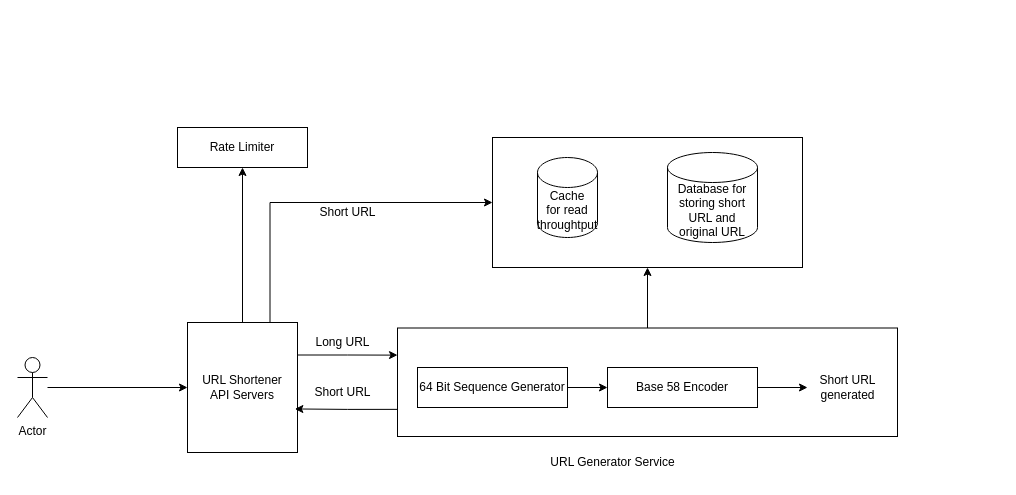
This is URL Shortner.drawio from anshul1790/system-design-playground, a draw.io file, before an edit. Source tidied: cells renumbered, new cells numbered last; positions are measured from the earlier drawing's top-left corner, leaving out a move shared by most shapes. Both pictures are drawn from the tidied source at 100%, with x=0, y=0 at pixel (17, 127).
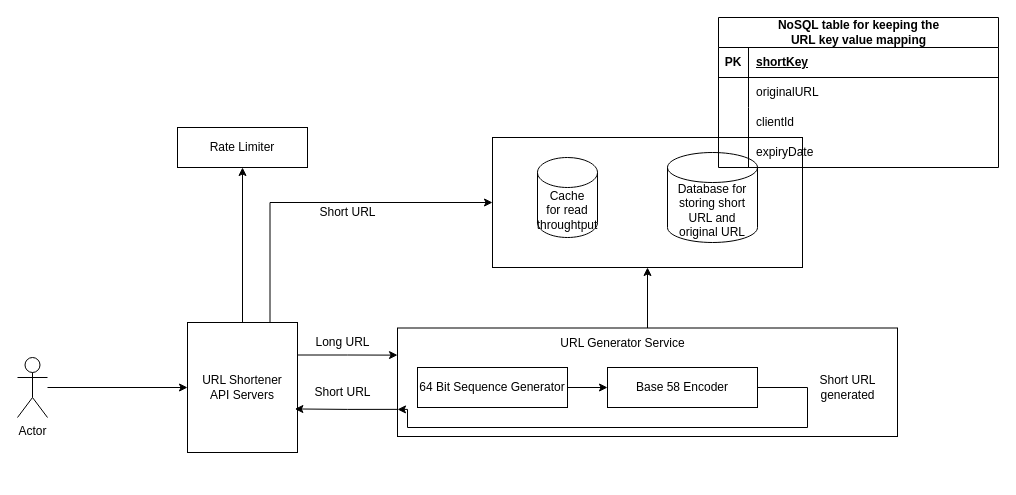
Above is the later version.

Unchanged cells that the change refers to:
```xml
<mxCell id="4" style="rounded=0;whiteSpace=wrap;html=1;" parent="1" vertex="1">
  <mxGeometry x="380" y="200.5" width="500" height="108.5" as="geometry" />
</mxCell>
<mxCell id="14" value="Base 58 Encoder" style="rounded=0;whiteSpace=wrap;html=1;" parent="1" vertex="1">
  <mxGeometry x="590" y="240" width="150" height="40" as="geometry" />
</mxCell>
<mxCell id="16" value="Short URL&lt;div&gt;generated&lt;/div&gt;" style="text;html=1;align=center;verticalAlign=middle;points=[];strokeColor=none;fillColor=none;" parent="1" vertex="1">
  <mxGeometry x="790" y="240" width="80" height="40" as="geometry" />
</mxCell>
```

Diff of the diagram source:
```diff
@@
-    <mxCell id="13" style="edgeStyle=orthogonalEdgeStyle;rounded=0;jettySize=auto;html=1;" parent="1" edge="1" source="14" target="16">
-      <mxGeometry relative="1" as="geometry" />
+    <mxCell id="13" style="edgeStyle=orthogonalEdgeStyle;rounded=0;jettySize=auto;html=1;entryX=0;entryY=0.75;entryDx=0;entryDy=0;exitX=1;exitY=0.5;exitDx=0;exitDy=0;" parent="1" edge="1" source="14" target="4">
+      <mxGeometry relative="1" as="geometry">
+        <Array as="points">
+          <mxPoint x="790" y="260" />
+          <mxPoint x="790" y="300" />
+          <mxPoint x="390" y="300" />
+          <mxPoint x="390" y="282" />
+        </Array>
+      </mxGeometry>
     </mxCell>
@@
     <mxCell id="15" value="URL Generator Service" style="text;html=1;align=center;verticalAlign=middle;strokeColor=none;fillColor=none;" parent="1" vertex="1">
-      <mxGeometry x="520" y="320" width="150" height="30" as="geometry" />
+      <mxGeometry x="530" y="200.5" width="150" height="30" as="geometry" />
     </mxCell>
@@
+    <mxCell id="24" value="NoSQL table for keeping the&lt;div&gt;URL key value mapping&lt;/div&gt;" style="shape=table;startSize=30;childLayout=tableLayout;rowLines=0;fontStyle=1;align=center;html=1;" parent="1" vertex="1">
+      <mxGeometry x="701" y="-110" width="280" height="150" as="geometry" />
+    </mxCell>
+    <mxCell id="25" style="shape=tableRow;horizontal=0;startSize=0;swimlaneHead=0;swimlaneBody=0;fillColor=none;top=0;left=0;right=0;bottom=1;" parent="24" vertex="1">
+      <mxGeometry y="30" width="280" height="30" as="geometry" />
+    </mxCell>
+    <mxCell id="26" value="PK" style="shape=partialRectangle;fillColor=none;top=0;left=0;bottom=0;right=0;fontStyle=1;overflow=hidden;whiteSpace=wrap;html=1;" parent="25" vertex="1">
+      <mxGeometry width="30" height="30" as="geometry" />
+    </mxCell>
+    <mxCell id="27" value="shortKey" style="shape=partialRectangle;fillColor=none;top=0;left=0;bottom=0;right=0;align=left;spacingLeft=6;fontStyle=5;overflow=hidden;whiteSpace=wrap;html=1;" parent="25" vertex="1">
+      <mxGeometry x="30" width="250" height="30" as="geometry" />
+    </mxCell>
+    <mxCell id="28" style="shape=tableRow;horizontal=0;startSize=0;swimlaneHead=0;swimlaneBody=0;fillColor=none;top=0;left=0;right=0;bottom=0;" parent="24" vertex="1">
+      <mxGeometry y="60" width="280" height="30" as="geometry" />
+    </mxCell>
+    <mxCell id="29" style="shape=partialRectangle;fillColor=none;top=0;left=0;bottom=0;right=0;overflow=hidden;whiteSpace=wrap;html=1;" parent="28" vertex="1">
+      <mxGeometry width="30" height="30" as="geometry" />
+    </mxCell>
+    <mxCell id="30" value="originalURL" style="shape=partialRectangle;fillColor=none;top=0;left=0;bottom=0;right=0;align=left;spacingLeft=6;overflow=hidden;whiteSpace=wrap;html=1;" parent="28" vertex="1">
+      <mxGeometry x="30" width="250" height="30" as="geometry" />
+    </mxCell>
+    <mxCell id="31" style="shape=tableRow;horizontal=0;startSize=0;swimlaneHead=0;swimlaneBody=0;fillColor=none;top=0;left=0;right=0;bottom=0;" parent="24" vertex="1">
+      <mxGeometry y="90" width="280" height="30" as="geometry" />
+    </mxCell>
+    <mxCell id="32" style="shape=partialRectangle;fillColor=none;top=0;left=0;bottom=0;right=0;overflow=hidden;whiteSpace=wrap;html=1;" parent="31" vertex="1">
+      <mxGeometry width="30" height="30" as="geometry" />
+    </mxCell>
+    <mxCell id="33" value="clientId" style="shape=partialRectangle;fillColor=none;top=0;left=0;bottom=0;right=0;align=left;spacingLeft=6;overflow=hidden;whiteSpace=wrap;html=1;" parent="31" vertex="1">
+      <mxGeometry x="30" width="250" height="30" as="geometry" />
+    </mxCell>
+    <mxCell id="34" style="shape=tableRow;horizontal=0;startSize=0;swimlaneHead=0;swimlaneBody=0;fillColor=none;top=0;left=0;right=0;bottom=0;" parent="24" vertex="1">
+      <mxGeometry y="120" width="280" height="30" as="geometry" />
+    </mxCell>
+    <mxCell id="35" style="shape=partialRectangle;fillColor=none;top=0;left=0;bottom=0;right=0;overflow=hidden;whiteSpace=wrap;html=1;" parent="34" vertex="1">
+      <mxGeometry width="30" height="30" as="geometry" />
+    </mxCell>
+    <mxCell id="36" value="expiryDate" style="shape=partialRectangle;fillColor=none;top=0;left=0;bottom=0;right=0;align=left;spacingLeft=6;overflow=hidden;whiteSpace=wrap;html=1;" parent="34" vertex="1">
+      <mxGeometry x="30" width="250" height="30" as="geometry" />
+    </mxCell>
```
